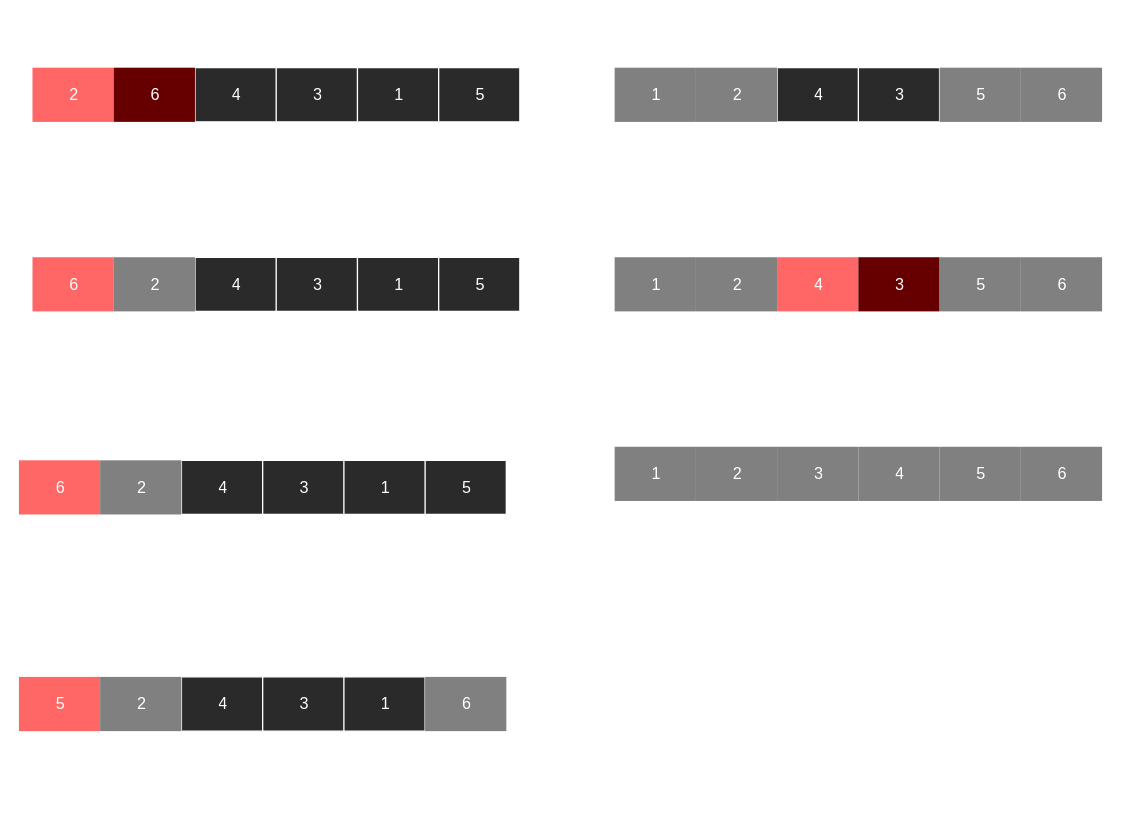
Above: 220 Grokking Patterns/Grokking Patterns/220.5 Cyclic Sort/Diagrams/220.5 Diagram.svg in MontoyaTM/Obsidian-SoftwareEngineering (draw.io), before the change. Source tidied: cells renumbered, new cells last; positions are measured from the earlier drawing's top-left corner, leaving out a move shared by most shapes.
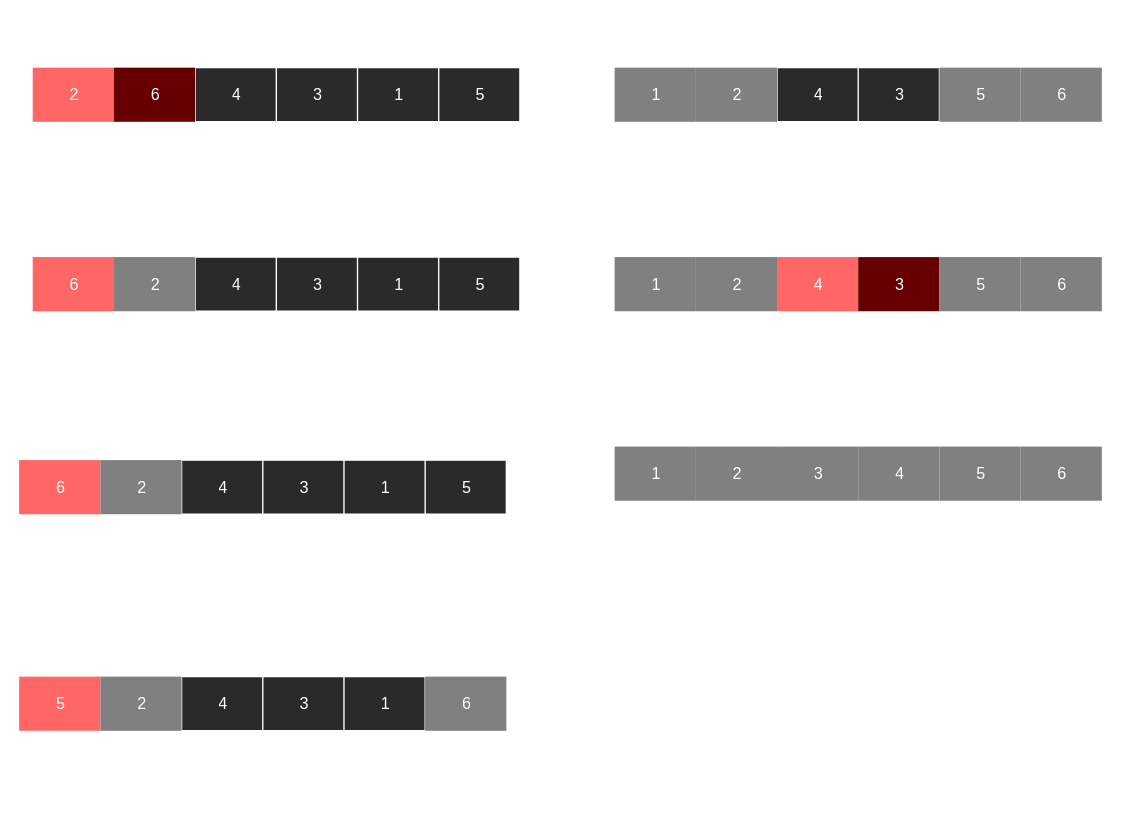
After the change.

Change to the diagram source:
```diff
@@ -341,5 +341,11 @@
     <mxCell id="113" value="&lt;font color=&quot;#ffffff&quot; face=&quot;JetBrains Mono&quot;&gt;5&lt;/font&gt;" style="text;html=1;align=center;verticalAlign=middle;strokeColor=none;fillColor=none;fontSize=12;fontFamily=Helvetica;fontColor=default;" parent="1" vertex="1">
       <mxGeometry x="740" y="380" width="30" height="30" as="geometry" />
     </mxCell>
+    <mxCell id="114" style="endArrow=none;html=1;strokeColor=#FFFFFF;" parent="1" edge="1">
+      <mxGeometry relative="1" as="geometry">
+        <mxPoint x="400" y="40" as="sourcePoint" />
+        <mxPoint x="400" y="600" as="targetPoint" />
+      </mxGeometry>
+    </mxCell>
   </root>
 </mxGraphModel>
```
